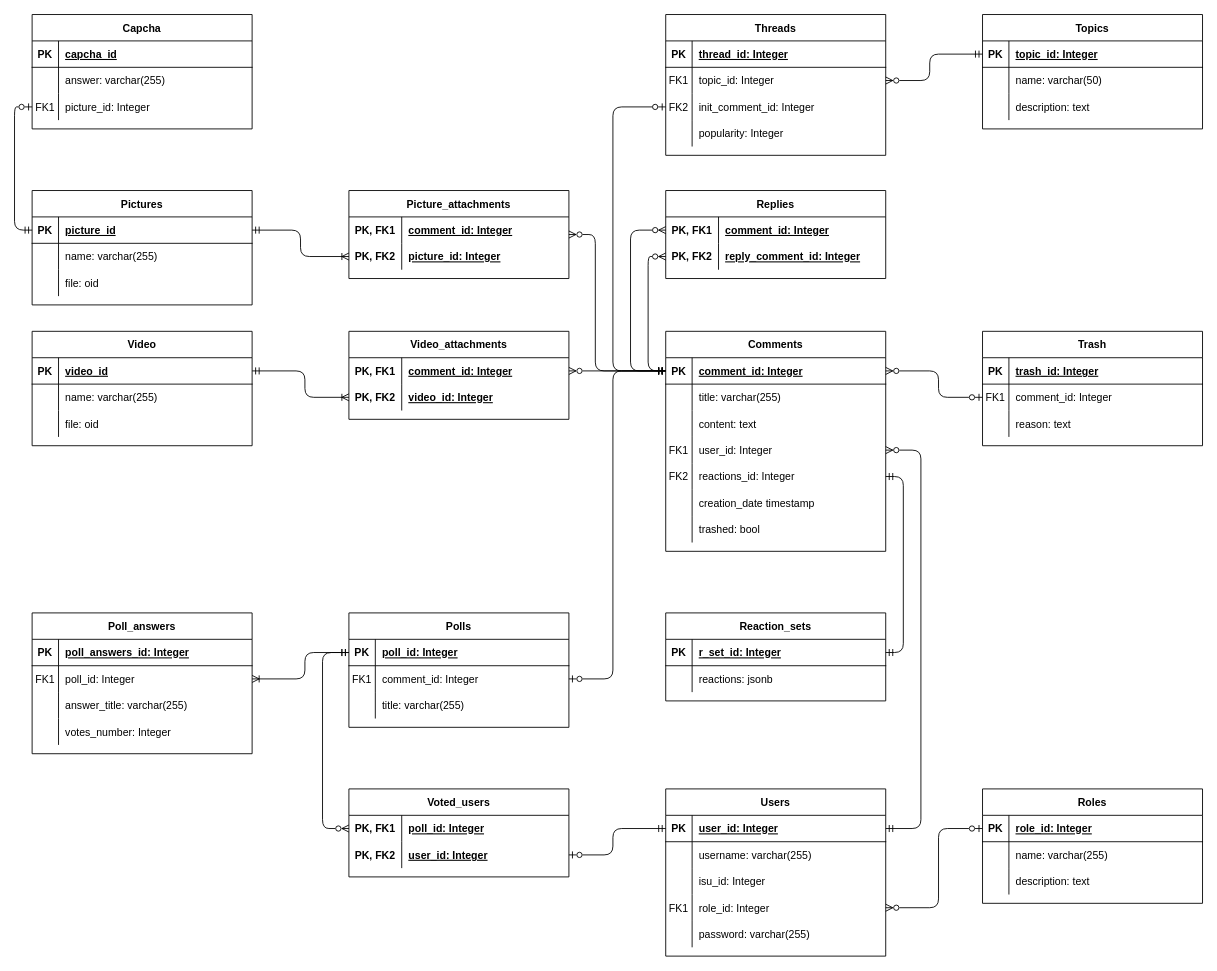
e1turin/itmo-is-db keeps this draw.io diagram as coursework/docs/er.drawio. Above is the earlier version. Source tidied: cells renumbered, new cells numbered last; positions are measured from the earlier drawing's top-left corner, leaving out a move shared by most shapes. Both pictures are drawn from the tidied source at 88%, with x=0, y=0 at pixel (32, 14).
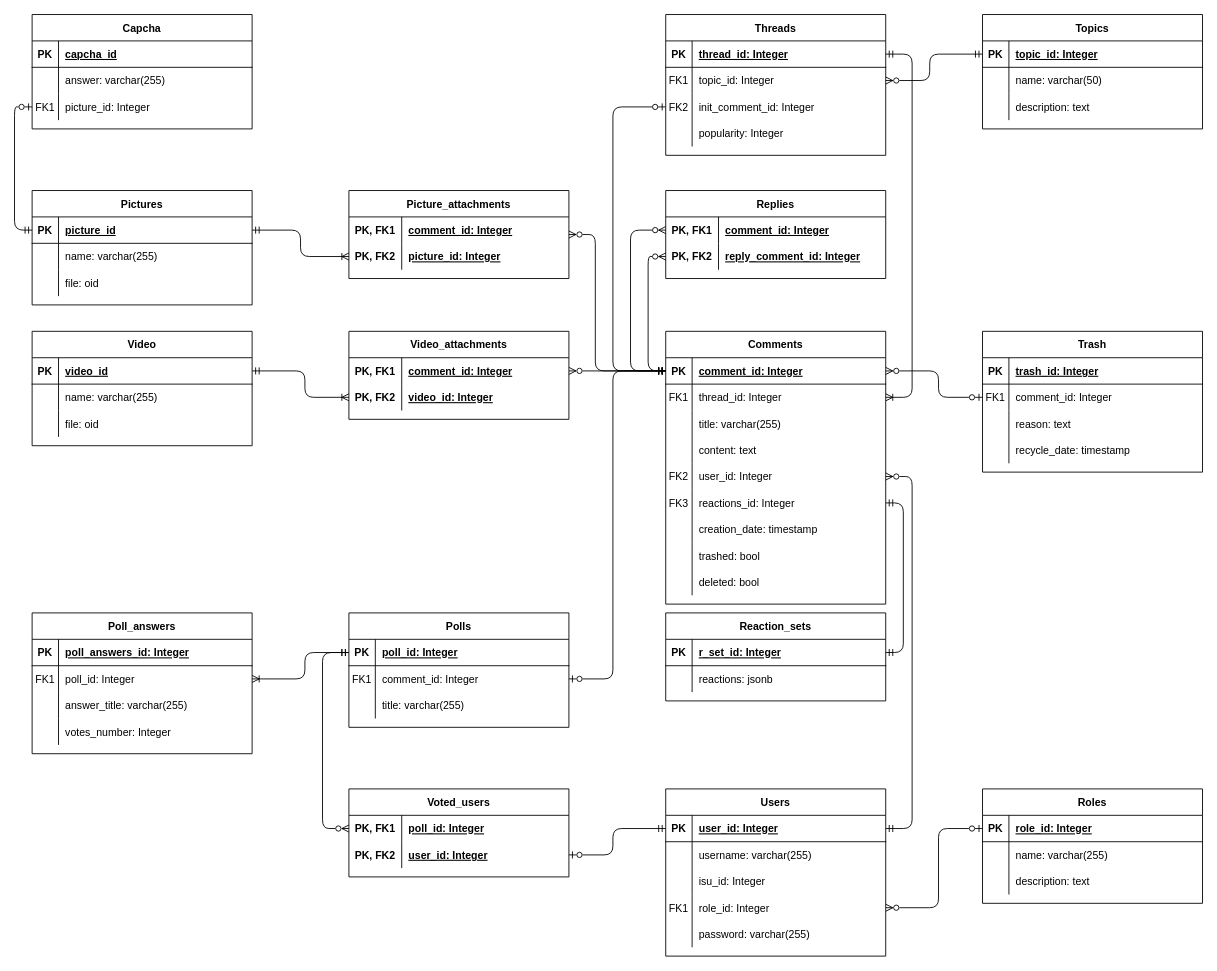
Above is the later version.

Commit message (it also covers changes not shown here):
add trash recycle date; add comment deleted boolean flag

The change refers to these unchanged cells:
```xml
<mxCell id="13" style="shape=partialRectangle;fillColor=none;points=[[0,0.5],[1,0.5]];portConstraint=eastwest;top=0;left=0;right=0;bottom=1;" parent="12" vertex="1">
  <mxGeometry y="30" width="250" height="30" as="geometry" />
</mxCell>
<mxCell id="146" style="shape=partialRectangle;fillColor=none;points=[[0,0.5],[1,0.5]];portConstraint=eastwest;top=0;left=0;right=0;bottom=1;" parent="145" vertex="1">
  <mxGeometry y="30" width="250" height="30" as="geometry" />
</mxCell>
```

The edit, as a diff of the source:
```diff
@@
     <mxCell id="25" value="Trash" style="shape=table;startSize=30;childLayout=tableLayout;rowLines=0;fontStyle=1;align=center;" parent="1" vertex="1">
-      <mxGeometry x="1080" y="360" width="250" height="130" as="geometry" />
+      <mxGeometry x="1080" y="360" width="250" height="160" as="geometry" />
     </mxCell>
@@
+    <mxCell id="188" style="shape=partialRectangle;fillColor=none;top=0;left=0;right=0;bottom=0;" parent="25" vertex="1">
+      <mxGeometry y="120" width="250" height="30" as="geometry" />
+    </mxCell>
+    <mxCell id="189" style="shape=partialRectangle;overflow=hidden;fillColor=none;top=0;left=0;bottom=0;right=0;" parent="188" vertex="1">
+      <mxGeometry width="30" height="30" as="geometry" />
+    </mxCell>
+    <mxCell id="190" value="recycle_date: timestamp" style="shape=partialRectangle;overflow=hidden;fillColor=none;top=0;left=0;bottom=0;right=0;align=left;spacingLeft=6;" parent="188" vertex="1">
+      <mxGeometry x="30" width="220" height="30" as="geometry" />
+    </mxCell>
@@
     <mxCell id="72" value="Comments" style="shape=table;startSize=30;childLayout=tableLayout;rowLines=0;fontStyle=1;align=center;" parent="1" vertex="1">
-      <mxGeometry x="720" y="360" width="250" height="250" as="geometry" />
+      <mxGeometry x="720" y="360" width="250" height="310" as="geometry" />
     </mxCell>
@@
+    <mxCell id="191" style="shape=partialRectangle;fillColor=none;points=[[0,0.5],[1,0.5]];portConstraint=eastwest;top=0;left=0;right=0;bottom=0;" parent="72" vertex="1">
+      <mxGeometry y="60" width="250" height="30" as="geometry" />
+    </mxCell>
+    <mxCell id="192" value="FK1" style="shape=partialRectangle;overflow=hidden;fillColor=none;top=0;left=0;bottom=0;right=0;" parent="191" vertex="1">
+      <mxGeometry width="30" height="30" as="geometry" />
+    </mxCell>
+    <mxCell id="193" value="thread_id: Integer" style="shape=partialRectangle;overflow=hidden;fillColor=none;top=0;left=0;bottom=0;right=0;align=left;spacingLeft=6;" parent="191" vertex="1">
+      <mxGeometry x="30" width="220" height="30" as="geometry" />
+    </mxCell>
     <mxCell id="76" style="shape=partialRectangle;fillColor=none;top=0;left=0;right=0;bottom=0;" parent="72" vertex="1">
-      <mxGeometry y="60" width="250" height="30" as="geometry" />
+      <mxGeometry y="90" width="250" height="30" as="geometry" />
     </mxCell>
@@
     <mxCell id="79" style="shape=partialRectangle;fillColor=none;top=0;left=0;right=0;bottom=0;" parent="72" vertex="1">
-      <mxGeometry y="90" width="250" height="30" as="geometry" />
+      <mxGeometry y="120" width="250" height="30" as="geometry" />
     </mxCell>
@@
     <mxCell id="82" style="shape=partialRectangle;fillColor=none;points=[[0,0.5],[1,0.5]];portConstraint=eastwest;top=0;left=0;right=0;bottom=0;" parent="72" vertex="1">
-      <mxGeometry y="120" width="250" height="30" as="geometry" />
+      <mxGeometry y="150" width="250" height="30" as="geometry" />
     </mxCell>
-    <mxCell id="83" value="FK1" style="shape=partialRectangle;overflow=hidden;fillColor=none;top=0;left=0;bottom=0;right=0;" parent="82" vertex="1">
+    <mxCell id="83" value="FK2" style="shape=partialRectangle;overflow=hidden;fillColor=none;top=0;left=0;bottom=0;right=0;" parent="82" vertex="1">
       <mxGeometry width="30" height="30" as="geometry" />
     </mxCell>
@@
     <mxCell id="85" style="shape=partialRectangle;fillColor=none;points=[[0,0.5],[1,0.5]];portConstraint=eastwest;top=0;left=0;right=0;bottom=0;" parent="72" vertex="1">
-      <mxGeometry y="150" width="250" height="30" as="geometry" />
+      <mxGeometry y="180" width="250" height="30" as="geometry" />
     </mxCell>
-    <mxCell id="86" value="FK2" style="shape=partialRectangle;overflow=hidden;fillColor=none;top=0;left=0;bottom=0;right=0;" parent="85" vertex="1">
+    <mxCell id="86" value="FK3" style="shape=partialRectangle;overflow=hidden;fillColor=none;top=0;left=0;bottom=0;right=0;" parent="85" vertex="1">
       <mxGeometry width="30" height="30" as="geometry" />
     </mxCell>
@@
     <mxCell id="88" style="shape=partialRectangle;fillColor=none;top=0;left=0;right=0;bottom=0;" parent="72" vertex="1">
-      <mxGeometry y="180" width="250" height="30" as="geometry" />
+      <mxGeometry y="210" width="250" height="30" as="geometry" />
     </mxCell>
@@
-    <mxCell id="90" value="creation_date timestamp" style="shape=partialRectangle;overflow=hidden;fillColor=none;top=0;left=0;bottom=0;right=0;align=left;spacingLeft=6;" parent="88" vertex="1">
+    <mxCell id="90" value="creation_date: timestamp" style="shape=partialRectangle;overflow=hidden;fillColor=none;top=0;left=0;bottom=0;right=0;align=left;spacingLeft=6;" parent="88" vertex="1">
       <mxGeometry x="30" width="220" height="30" as="geometry" />
     </mxCell>
     <mxCell id="91" style="shape=partialRectangle;fillColor=none;top=0;left=0;right=0;bottom=0;" parent="72" vertex="1">
-      <mxGeometry y="210" width="250" height="30" as="geometry" />
+      <mxGeometry y="240" width="250" height="30" as="geometry" />
     </mxCell>
@@
+    <mxCell id="194" style="shape=partialRectangle;fillColor=none;top=0;left=0;right=0;bottom=0;" parent="72" vertex="1">
+      <mxGeometry y="270" width="250" height="30" as="geometry" />
+    </mxCell>
+    <mxCell id="195" style="shape=partialRectangle;overflow=hidden;fillColor=none;top=0;left=0;bottom=0;right=0;" parent="194" vertex="1">
+      <mxGeometry width="30" height="30" as="geometry" />
+    </mxCell>
+    <mxCell id="196" value="deleted: bool" style="shape=partialRectangle;overflow=hidden;fillColor=none;top=0;left=0;bottom=0;right=0;align=left;spacingLeft=6;" parent="194" vertex="1">
+      <mxGeometry x="30" width="220" height="30" as="geometry" />
+    </mxCell>
@@
     <mxCell id="183" style="edgeStyle=orthogonalEdgeStyle;rounded=1;jettySize=auto;html=1;entryX=1;entryY=0.5;entryDx=0;entryDy=0;endArrow=ERzeroToMany;endFill=0;startArrow=ERmandOne;startFill=0;" parent="1" edge="1" source="146" target="82">
       <mxGeometry relative="1" as="geometry">
         <Array as="points">
-          <mxPoint x="1010" y="925" />
-          <mxPoint x="1010" y="495" />
+          <mxPoint x="1000" y="925" />
+          <mxPoint x="1000" y="525" />
         </Array>
       </mxGeometry>
     </mxCell>
@@
+    <mxCell id="197" style="edgeStyle=orthogonalEdgeStyle;rounded=1;jettySize=auto;html=1;entryX=1;entryY=0.5;entryDx=0;entryDy=0;endArrow=ERmandOne;endFill=0;startArrow=ERoneToMany;startFill=0;" parent="1" edge="1" source="191" target="13">
+      <mxGeometry relative="1" as="geometry">
+        <Array as="points">
+          <mxPoint x="1000" y="435" />
+          <mxPoint x="1000" y="45" />
+        </Array>
+      </mxGeometry>
+    </mxCell>
```
